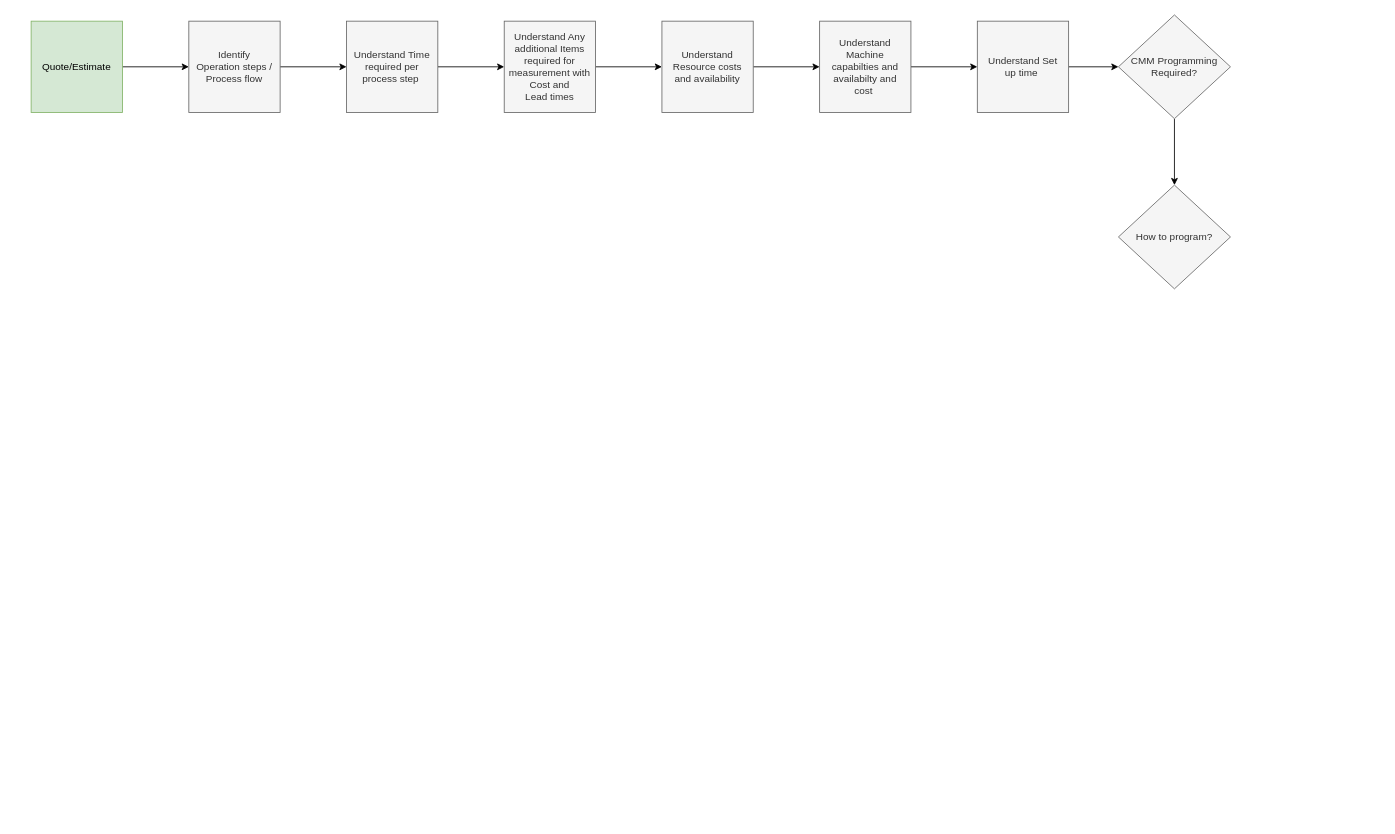
Earlier version of the draw.io diagram Flow.drawio (jmsrc92/Flows). Source tidied: cells renumbered, new cells numbered last; positions are measured from the earlier drawing's top-left corner, leaving out a move shared by most shapes. Both pictures are drawn from the tidied source at 83%, with x=0, y=0 at pixel (31, 14).
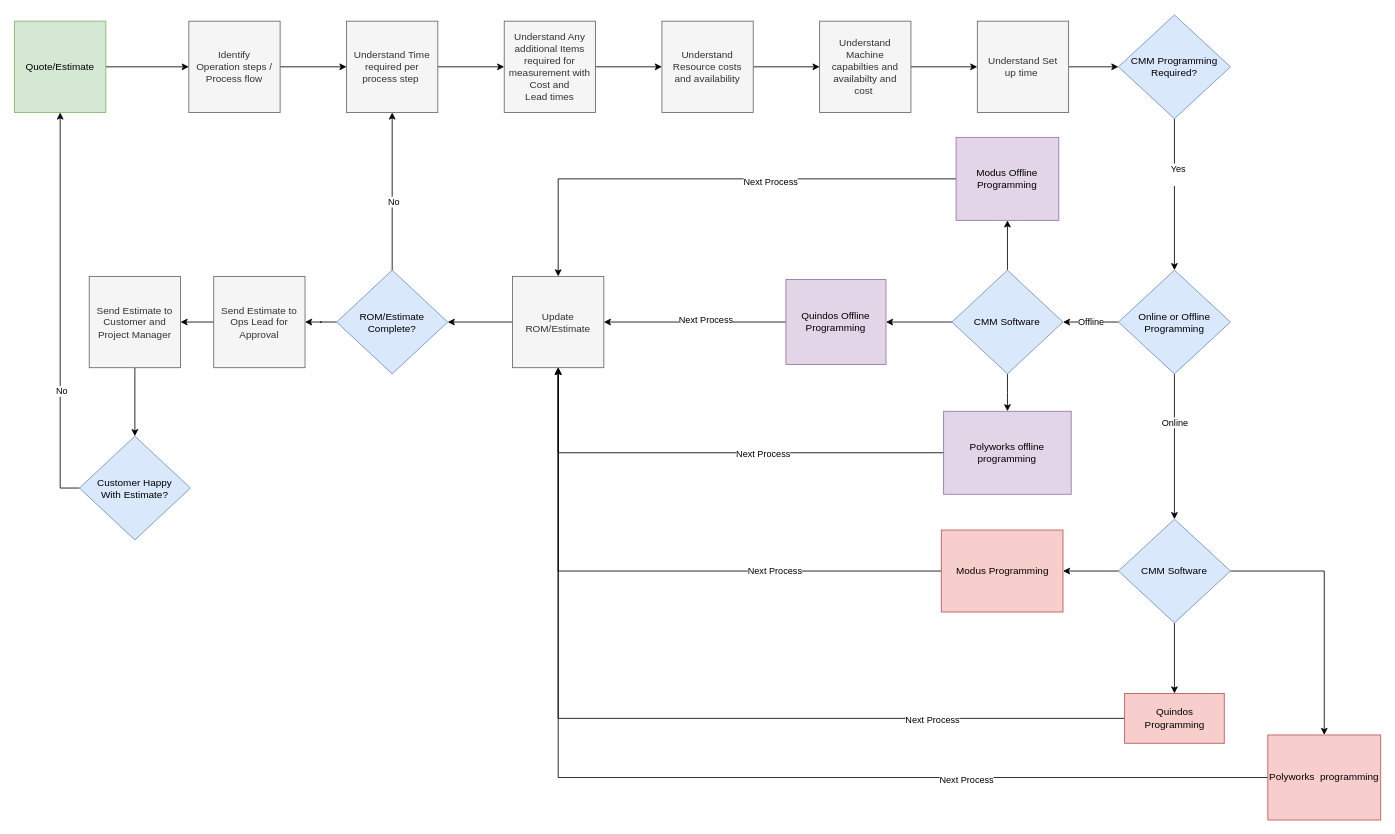
The same diagram, later.

Unchanged cells that the change refers to:
```xml
<mxCell id="7" value="Understand Time &lt;br/&gt;required per &lt;br/&gt;process step&amp;nbsp;" style="whiteSpace=wrap;html=1;fillColor=#f5f5f5;strokeColor=#666666;fontColor=#333333;" parent="1" vertex="1">
  <mxGeometry x="380" y="8" width="110" height="110" as="geometry" />
</mxCell>
<mxCell id="16" style="edgeStyle=orthogonalEdgeStyle;rounded=0;jettySize=auto;html=1;" parent="1" edge="1" source="17" target="18">
  <mxGeometry relative="1" as="geometry" />
</mxCell>
```

Diff of the diagram source:
```diff
@@
     <mxCell id="3" value="Quote/Estimate" style="whiteSpace=wrap;html=1;fillColor=#d5e8d4;strokeColor=#82b366;" parent="1" vertex="1">
-      <mxGeometry y="8" width="110" height="110" as="geometry" />
+      <mxGeometry x="-20" y="8" width="110" height="110" as="geometry" />
     </mxCell>
@@
+    <mxCell id="19" value="Yes&lt;div&gt;&lt;br&gt;&lt;/div&gt;" style="edgeLabel;html=1;align=center;verticalAlign=middle;" parent="16" vertex="1">
+      <mxGeometry x="-0.28" y="4" relative="1" as="geometry">
+        <mxPoint y="1" as="offset" />
+      </mxGeometry>
+    </mxCell>
-    <mxCell id="17" value="CMM Programming Required?" style="rhombus;whiteSpace=wrap;html=1;fillColor=#f5f5f5;strokeColor=#666666;fontColor=#333333;" parent="1" vertex="1">
+    <mxCell id="17" value="CMM Programming Required?" style="rhombus;whiteSpace=wrap;html=1;fillColor=#dae8fc;strokeColor=#6c8ebf;" parent="1" vertex="1">
       <mxGeometry x="1310" y="0.5" width="135" height="125" as="geometry" />
     </mxCell>
+    <mxCell id="20" value="Offline" style="edgeStyle=orthogonalEdgeStyle;rounded=0;jettySize=auto;html=1;" parent="1" edge="1" source="18" target="26">
+      <mxGeometry relative="1" as="geometry" />
+    </mxCell>
+    <mxCell id="21" style="edgeStyle=orthogonalEdgeStyle;rounded=0;jettySize=auto;html=1;" parent="1" edge="1" source="18" target="30">
+      <mxGeometry relative="1" as="geometry" />
+    </mxCell>
+    <mxCell id="22" value="Online" style="edgeLabel;html=1;align=center;verticalAlign=middle;" parent="21" vertex="1">
+      <mxGeometry x="-0.34" relative="1" as="geometry" />
+    </mxCell>
-    <mxCell id="18" value="How to program?" style="rhombus;whiteSpace=wrap;html=1;fillColor=#f5f5f5;strokeColor=#666666;fontColor=#333333;" parent="1" vertex="1">
-      <mxGeometry x="1310" y="205.5" width="135" height="125" as="geometry" />
+    <mxCell id="18" value="Online or Offline Programming" style="rhombus;whiteSpace=wrap;html=1;fillColor=#dae8fc;strokeColor=#6c8ebf;" parent="1" vertex="1">
+      <mxGeometry x="1310" y="308" width="135" height="125" as="geometry" />
     </mxCell>
+    <mxCell id="23" style="edgeStyle=orthogonalEdgeStyle;rounded=0;jettySize=auto;html=1;" parent="1" edge="1" source="26" target="33">
+      <mxGeometry relative="1" as="geometry" />
+    </mxCell>
+    <mxCell id="24" style="edgeStyle=orthogonalEdgeStyle;rounded=0;jettySize=auto;html=1;" parent="1" edge="1" source="26" target="36">
+      <mxGeometry relative="1" as="geometry" />
+    </mxCell>
+    <mxCell id="25" style="edgeStyle=orthogonalEdgeStyle;rounded=0;jettySize=auto;html=1;" parent="1" edge="1" source="26" target="39">
+      <mxGeometry relative="1" as="geometry" />
+    </mxCell>
+    <mxCell id="26" value="CMM Software" style="rhombus;whiteSpace=wrap;html=1;fillColor=#dae8fc;strokeColor=#6c8ebf;" parent="1" vertex="1">
+      <mxGeometry x="1109.4" y="308" width="133.8" height="125" as="geometry" />
+    </mxCell>
+    <mxCell id="27" style="edgeStyle=orthogonalEdgeStyle;rounded=0;jettySize=auto;html=1;" parent="1" edge="1" source="30" target="48">
+      <mxGeometry relative="1" as="geometry" />
+    </mxCell>
+    <mxCell id="28" style="edgeStyle=orthogonalEdgeStyle;rounded=0;jettySize=auto;html=1;" parent="1" edge="1" source="30" target="42">
+      <mxGeometry relative="1" as="geometry" />
+    </mxCell>
+    <mxCell id="29" style="edgeStyle=orthogonalEdgeStyle;rounded=0;jettySize=auto;html=1;" parent="1" edge="1" source="30" target="45">
+      <mxGeometry relative="1" as="geometry" />
+    </mxCell>
+    <mxCell id="30" value="CMM Software" style="rhombus;whiteSpace=wrap;html=1;fillColor=#dae8fc;strokeColor=#6c8ebf;" parent="1" vertex="1">
+      <mxGeometry x="1310" y="608" width="135" height="125" as="geometry" />
+    </mxCell>
+    <mxCell id="31" style="edgeStyle=orthogonalEdgeStyle;rounded=0;jettySize=auto;html=1;" parent="1" edge="1" source="33" target="50">
+      <mxGeometry relative="1" as="geometry" />
+    </mxCell>
+    <mxCell id="32" value="Next Process" style="edgeLabel;html=1;align=center;verticalAlign=middle;" parent="31" vertex="1">
+      <mxGeometry x="-0.23" y="1" relative="1" as="geometry" />
+    </mxCell>
+    <mxCell id="33" value="Polyworks offline programming" style="whiteSpace=wrap;html=1;fillColor=#e1d5e7;strokeColor=#9673a6;" parent="1" vertex="1">
+      <mxGeometry x="1099.4" y="478" width="153.7" height="100" as="geometry" />
+    </mxCell>
+    <mxCell id="34" style="edgeStyle=orthogonalEdgeStyle;rounded=0;jettySize=auto;html=1;" parent="1" edge="1" source="36" target="50">
+      <mxGeometry relative="1" as="geometry" />
+    </mxCell>
+    <mxCell id="35" value="Next Process" style="edgeLabel;html=1;align=center;verticalAlign=middle;" parent="34" vertex="1">
+      <mxGeometry x="-0.12" y="-3" relative="1" as="geometry" />
+    </mxCell>
+    <mxCell id="36" value="Quindos Offline Programming" style="whiteSpace=wrap;html=1;fillColor=#e1d5e7;strokeColor=#9673a6;" parent="1" vertex="1">
+      <mxGeometry x="909.4" y="319.2" width="120.6" height="102.5" as="geometry" />
+    </mxCell>
+    <mxCell id="37" style="edgeStyle=orthogonalEdgeStyle;rounded=0;jettySize=auto;html=1;" parent="1" edge="1" source="39" target="50">
+      <mxGeometry relative="1" as="geometry" />
+    </mxCell>
+    <mxCell id="38" value="Next Process" style="edgeLabel;html=1;align=center;verticalAlign=middle;" parent="37" vertex="1">
+      <mxGeometry x="-0.25" y="3" relative="1" as="geometry" />
+    </mxCell>
+    <mxCell id="39" value="Modus Offline Programming" style="whiteSpace=wrap;html=1;fillColor=#e1d5e7;strokeColor=#9673a6;" parent="1" vertex="1">
+      <mxGeometry x="1114.4" y="148" width="123.8" height="100" as="geometry" />
+    </mxCell>
+    <mxCell id="40" style="edgeStyle=orthogonalEdgeStyle;rounded=0;jettySize=auto;html=1;entryX=0.5;entryY=1;entryDx=0;entryDy=0;" parent="1" edge="1" source="42" target="50">
+      <mxGeometry relative="1" as="geometry" />
+    </mxCell>
+    <mxCell id="41" value="Next Process" style="edgeLabel;html=1;align=center;verticalAlign=middle;" parent="40" vertex="1">
+      <mxGeometry x="-0.43" relative="1" as="geometry" />
+    </mxCell>
+    <mxCell id="42" value="Modus Programming" style="whiteSpace=wrap;html=1;fillColor=#f8cecc;strokeColor=#b85450;" parent="1" vertex="1">
+      <mxGeometry x="1096.6" y="621.1" width="146.6" height="98.8" as="geometry" />
+    </mxCell>
+    <mxCell id="43" style="edgeStyle=orthogonalEdgeStyle;rounded=0;jettySize=auto;html=1;" parent="1" edge="1" source="45" target="50">
+      <mxGeometry relative="1" as="geometry" />
+    </mxCell>
+    <mxCell id="44" value="Next Process" style="edgeLabel;html=1;align=center;verticalAlign=middle;" parent="43" vertex="1">
+      <mxGeometry x="-0.58" y="1" relative="1" as="geometry" />
+    </mxCell>
+    <mxCell id="45" value="Quindos Programming" style="whiteSpace=wrap;html=1;fillColor=#f8cecc;strokeColor=#b85450;" parent="1" vertex="1">
+      <mxGeometry x="1317.5" y="818" width="120" height="60" as="geometry" />
+    </mxCell>
+    <mxCell id="46" style="edgeStyle=orthogonalEdgeStyle;rounded=0;jettySize=auto;html=1;entryX=0.5;entryY=1;entryDx=0;entryDy=0;" parent="1" edge="1" source="48" target="50">
+      <mxGeometry relative="1" as="geometry" />
+    </mxCell>
+    <mxCell id="47" value="Next Process" style="edgeLabel;html=1;align=center;verticalAlign=middle;" parent="46" vertex="1">
+      <mxGeometry x="-0.46" y="2" relative="1" as="geometry" />
+    </mxCell>
+    <mxCell id="48" value="Polyworks&amp;nbsp; programming" style="whiteSpace=wrap;html=1;fillColor=#f8cecc;strokeColor=#b85450;" parent="1" vertex="1">
+      <mxGeometry x="1490" y="868" width="136" height="102.5" as="geometry" />
+    </mxCell>
+    <mxCell id="49" style="edgeStyle=orthogonalEdgeStyle;rounded=0;jettySize=auto;html=1;" parent="1" edge="1" source="50" target="54">
+      <mxGeometry relative="1" as="geometry" />
+    </mxCell>
+    <mxCell id="50" value="Update ROM/Estimate" style="whiteSpace=wrap;html=1;fillColor=#f5f5f5;strokeColor=#666666;fontColor=#333333;" parent="1" vertex="1">
+      <mxGeometry x="580" y="315.5" width="110" height="110" as="geometry" />
+    </mxCell>
+    <mxCell id="51" style="edgeStyle=orthogonalEdgeStyle;rounded=0;jettySize=auto;html=1;" parent="1" edge="1" source="54" target="7">
+      <mxGeometry relative="1" as="geometry" />
+    </mxCell>
+    <mxCell id="52" value="No" style="edgeLabel;html=1;align=center;verticalAlign=middle;" parent="51" vertex="1">
+      <mxGeometry x="-0.13" y="-1" relative="1" as="geometry" />
+    </mxCell>
+    <mxCell id="53" style="edgeStyle=orthogonalEdgeStyle;rounded=0;jettySize=auto;html=1;" parent="1" edge="1" source="54" target="56">
+      <mxGeometry relative="1" as="geometry" />
+    </mxCell>
+    <mxCell id="54" value="ROM/Estimate&lt;div&gt;Complete?&lt;/div&gt;" style="rhombus;whiteSpace=wrap;html=1;fillColor=#dae8fc;strokeColor=#6c8ebf;" parent="1" vertex="1">
+      <mxGeometry x="368.1" y="308" width="133.8" height="125" as="geometry" />
+    </mxCell>
+    <mxCell id="55" style="edgeStyle=orthogonalEdgeStyle;rounded=0;jettySize=auto;html=1;" parent="1" edge="1" source="56" target="58">
+      <mxGeometry relative="1" as="geometry" />
+    </mxCell>
+    <mxCell id="56" value="Send Estimate to Ops Lead for Approval" style="whiteSpace=wrap;html=1;fillColor=#f5f5f5;strokeColor=#666666;fontColor=#333333;" parent="1" vertex="1">
+      <mxGeometry x="220" y="315.5" width="110" height="110" as="geometry" />
+    </mxCell>
+    <mxCell id="57" style="edgeStyle=orthogonalEdgeStyle;rounded=0;jettySize=auto;html=1;" parent="1" edge="1" source="58" target="61">
+      <mxGeometry relative="1" as="geometry" />
+    </mxCell>
+    <mxCell id="58" value="Send Estimate to Customer and Project Manager" style="whiteSpace=wrap;html=1;fillColor=#f5f5f5;strokeColor=#666666;fontColor=#333333;" parent="1" vertex="1">
+      <mxGeometry x="70" y="315.5" width="110" height="110" as="geometry" />
+    </mxCell>
+    <mxCell id="59" style="edgeStyle=orthogonalEdgeStyle;rounded=0;jettySize=auto;html=1;exitX=0;exitY=0.5;exitDx=0;exitDy=0;entryX=0.5;entryY=1;entryDx=0;entryDy=0;" parent="1" edge="1" source="61" target="3">
+      <mxGeometry relative="1" as="geometry" />
+    </mxCell>
+    <mxCell id="60" value="No" style="edgeLabel;html=1;align=center;verticalAlign=middle;" parent="59" vertex="1">
+      <mxGeometry x="-0.41" y="-1" relative="1" as="geometry" />
+    </mxCell>
+    <mxCell id="61" value="Customer Happy&lt;div&gt;With Estimate?&lt;/div&gt;" style="rhombus;whiteSpace=wrap;html=1;fillColor=#dae8fc;strokeColor=#6c8ebf;" parent="1" vertex="1">
+      <mxGeometry x="58.1" y="508" width="133.8" height="125" as="geometry" />
+    </mxCell>
```
